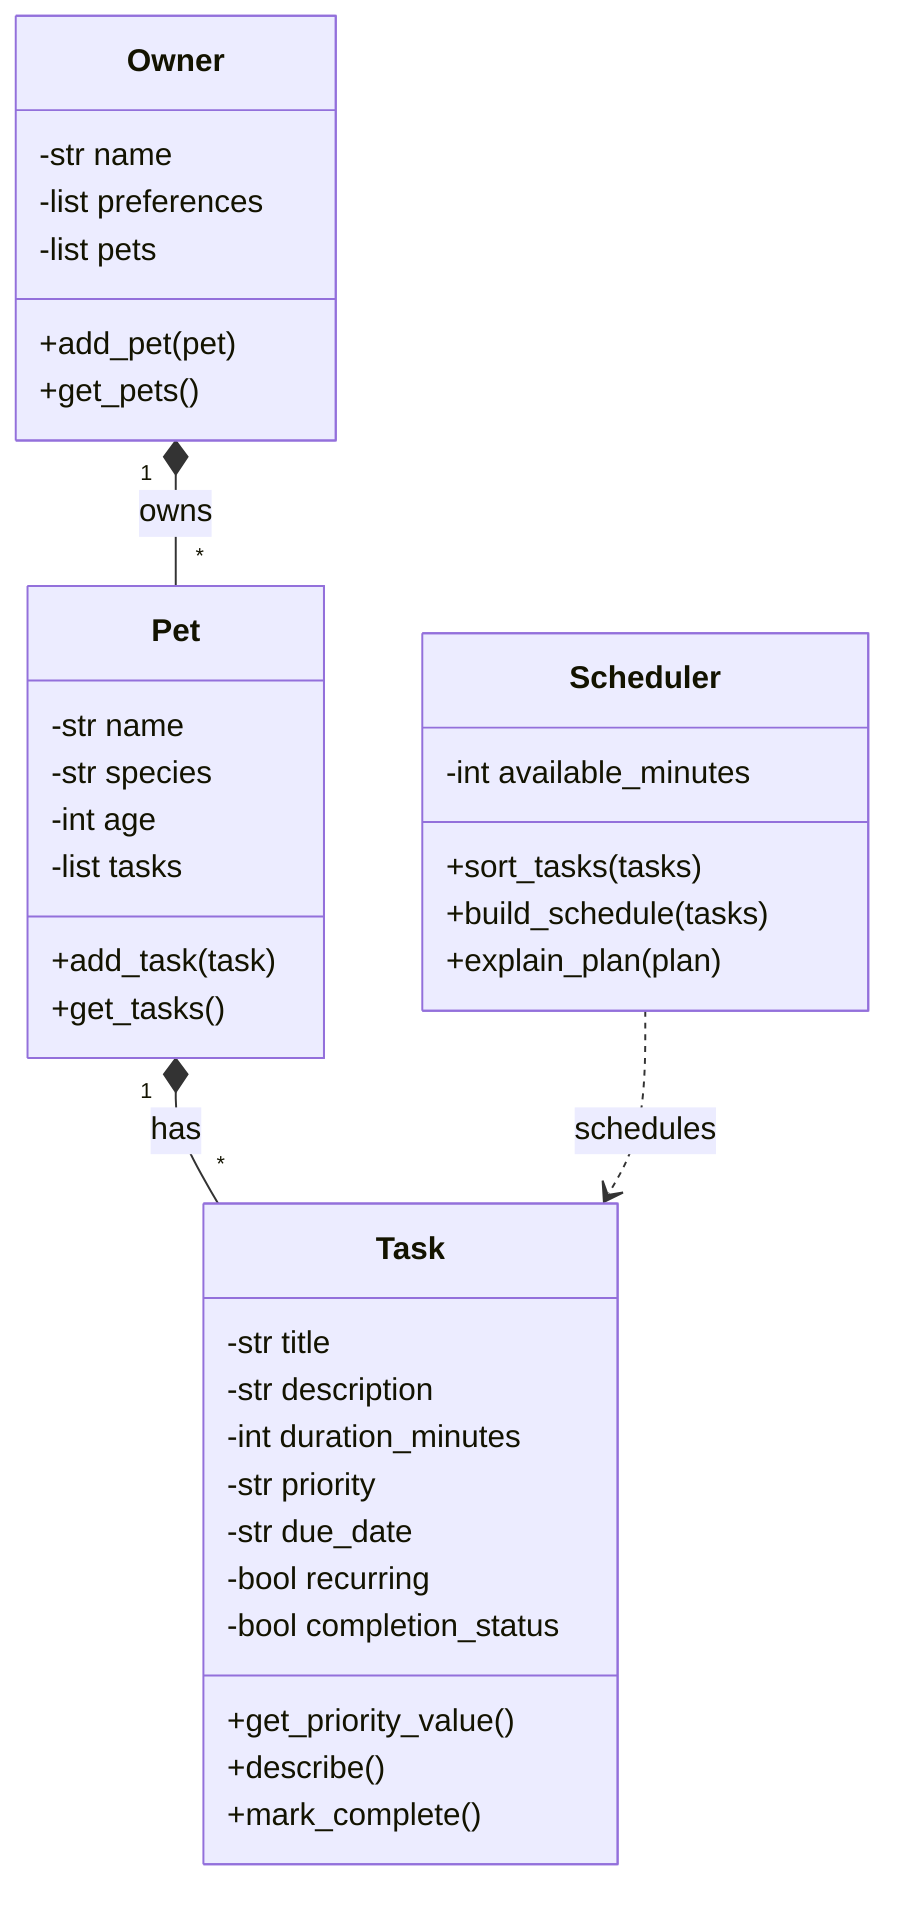
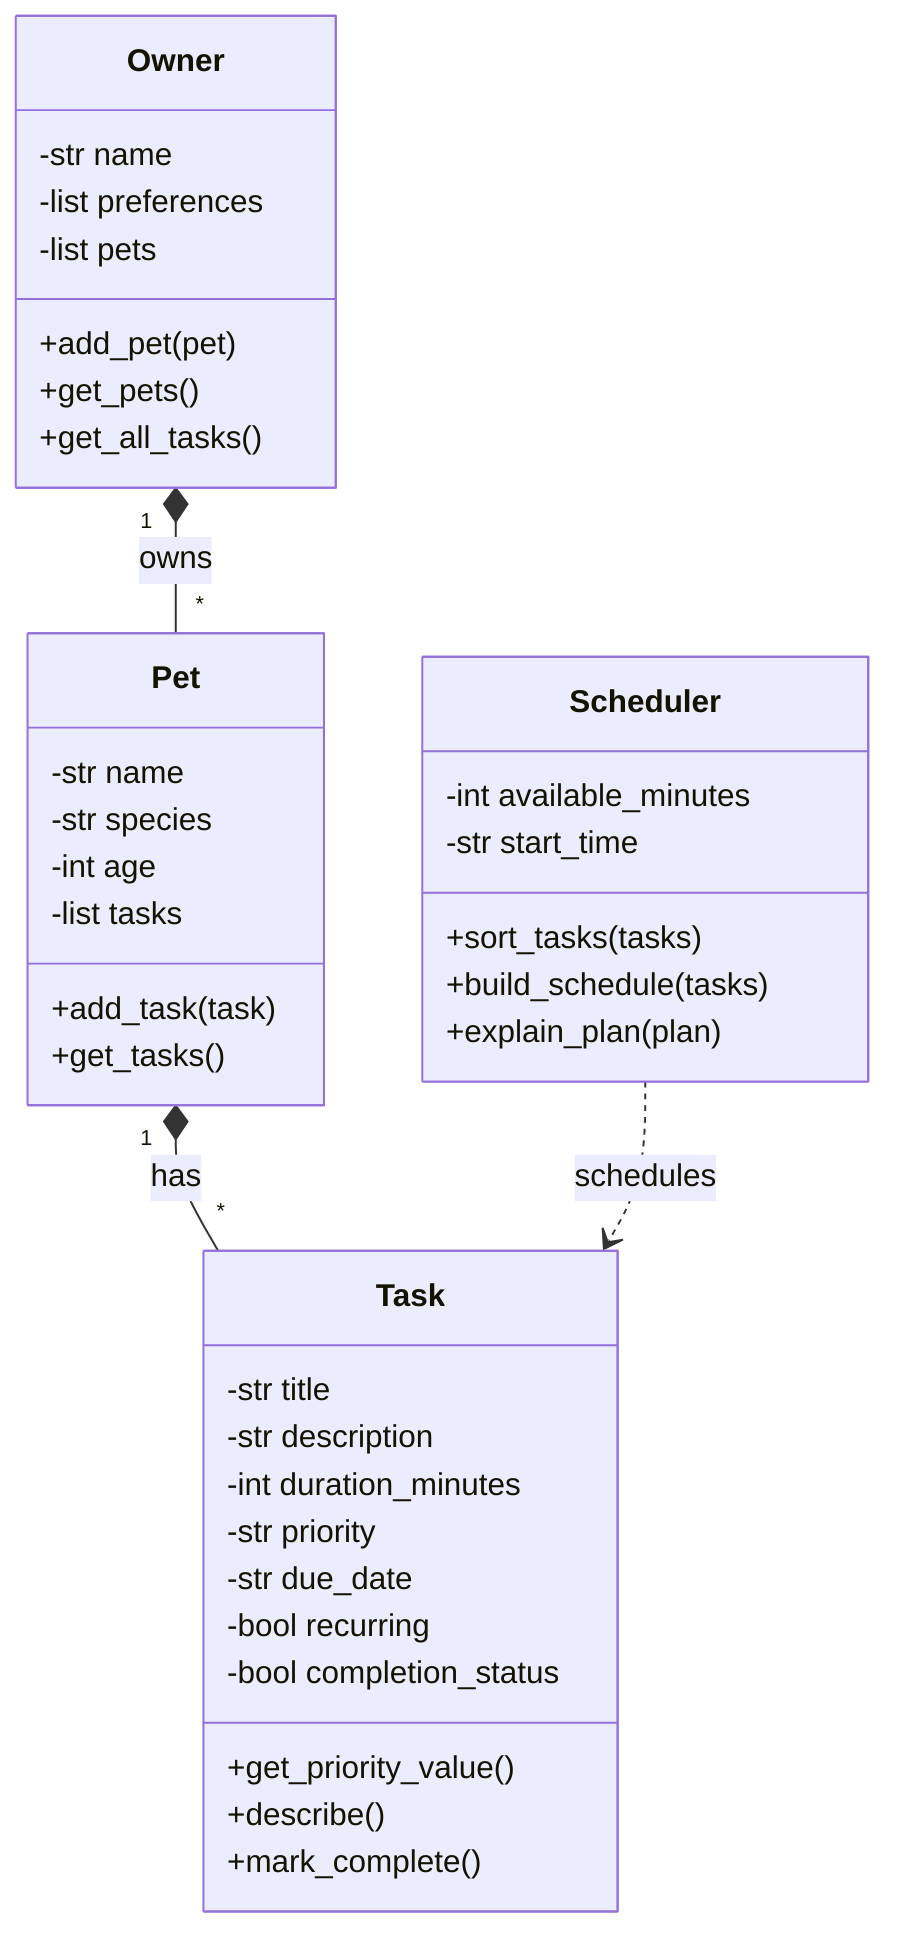
classDiagram
class Owner {
    -str name
    -list preferences
    -list pets

    +add_pet(pet)
    +get_pets()
+     +get_all_tasks()
}

class Pet {
    -str name
    -str species
    -int age
    -list tasks

    +add_task(task)
    +get_tasks()
}

class Task {
    -str title
    -str description
    -int duration_minutes
    -str priority
    -str due_date
    -bool recurring
    -bool completion_status

    +get_priority_value()
    +describe()
    +mark_complete()
}

class Scheduler {
    -int available_minutes
+     -str start_time

    +sort_tasks(tasks)
    +build_schedule(tasks)
    +explain_plan(plan)
}

Owner "1" *-- "*" Pet : owns
Pet "1" *-- "*" Task : has
Scheduler ..> Task : schedules